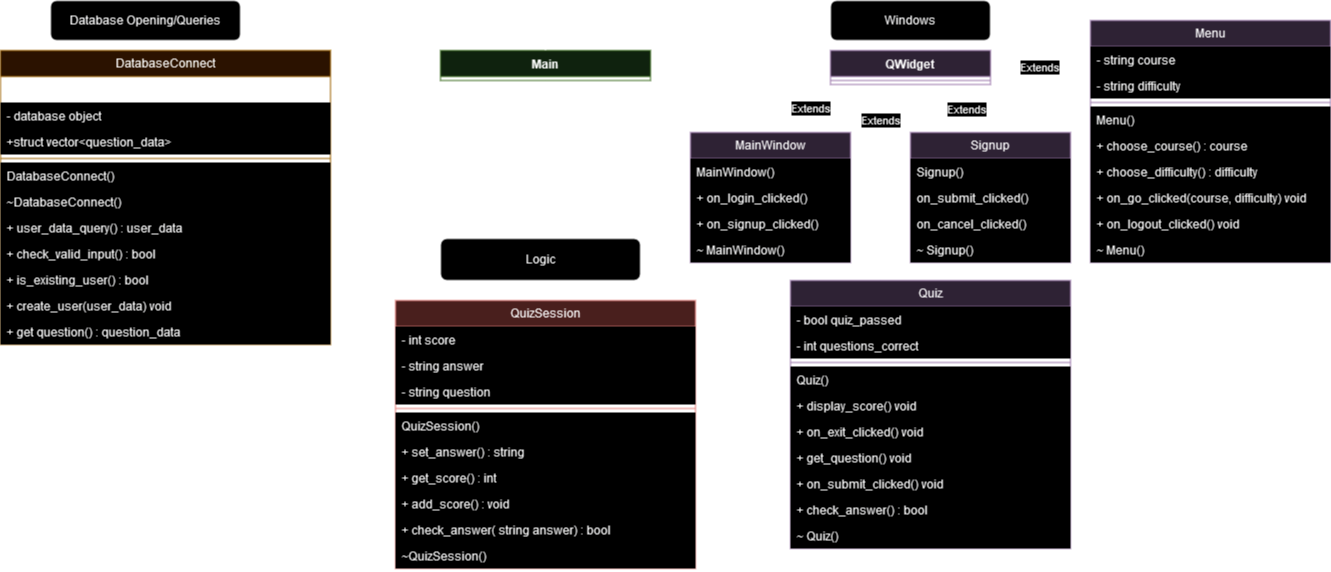
Before: classes.drawio.png, a diagram exported from draw.io (MarkHCrawford/cspall.honorsproject). Source tidied: cells renumbered, new cells last; positions are measured from the earlier drawing's top-left corner, leaving out a move shared by most shapes. Source of this version:
```xml
<mxGraphModel>
  <root>
    <mxCell id="0" />
    <mxCell id="1" parent="0" />
    <mxCell id="2" style="edgeStyle=orthogonalEdgeStyle;rounded=0;jettySize=auto;html=1;exitX=0.5;exitY=1;exitDx=0;exitDy=0;" parent="1" edge="1" source="3" target="57">
      <mxGeometry relative="1" as="geometry" />
    </mxCell>
    <mxCell id="3" value="Main" style="swimlane;fontStyle=1;align=center;verticalAlign=top;horizontal=1;startSize=26;whiteSpace=wrap;html=1;fillColor=#d5e8d4;strokeColor=#82b366;" parent="1" vertex="1">
      <mxGeometry x="440" y="50" width="210" height="30" as="geometry" />
    </mxCell>
    <mxCell id="4" style="edgeStyle=orthogonalEdgeStyle;rounded=0;jettySize=auto;html=1;exitX=0;exitY=0.5;exitDx=0;exitDy=0;entryX=0.5;entryY=0;entryDx=0;entryDy=0;" parent="1" edge="1" source="5" target="3">
      <mxGeometry relative="1" as="geometry" />
    </mxCell>
    <mxCell id="5" value="&lt;div&gt;QWidget&lt;/div&gt;&lt;div&gt;&lt;br&gt;&lt;/div&gt;" style="swimlane;fontStyle=1;align=center;verticalAlign=top;horizontal=1;startSize=26;whiteSpace=wrap;html=1;fillColor=#e1d5e7;strokeColor=#9673a6;" parent="1" vertex="1">
      <mxGeometry x="830" y="50" width="160" height="34" as="geometry" />
    </mxCell>
    <mxCell id="6" style="line;strokeWidth=1;fillColor=none;align=left;verticalAlign=middle;spacingTop=-1;spacingLeft=3;spacingRight=3;labelPosition=right;strokeColor=inherit;" parent="5" vertex="1">
      <mxGeometry y="26" width="160" height="8" as="geometry" />
    </mxCell>
    <mxCell id="7" value="Extends" style="endArrow=block;endSize=16;endFill=0;html=1;rounded=0;exitX=0.394;exitY=0.023;exitDx=0;exitDy=0;exitPerimeter=0;" parent="1" edge="1" source="15">
      <mxGeometry x="0.14" relative="1" as="geometry">
        <mxPoint x="960" y="90" as="targetPoint" />
      </mxGeometry>
    </mxCell>
    <mxCell id="8" value="Extends" style="endArrow=block;endSize=16;endFill=0;html=1;rounded=0;exitX=0;exitY=0.962;exitDx=0;exitDy=0;exitPerimeter=0;" parent="1" edge="1">
      <mxGeometry x="0.14" relative="1" as="geometry">
        <mxPoint x="1090" y="67.5" as="sourcePoint" />
        <mxPoint x="1000" y="66.5" as="targetPoint" />
      </mxGeometry>
    </mxCell>
    <mxCell id="9" value="Extends" style="endArrow=block;endSize=16;endFill=0;html=1;rounded=0;exitX=0.5;exitY=0;exitDx=0;exitDy=0;" parent="1" edge="1" source="10">
      <mxGeometry x="0.14" relative="1" as="geometry">
        <mxPoint x="840" y="90" as="targetPoint" />
      </mxGeometry>
    </mxCell>
    <mxCell id="10" value="MainWindow" style="swimlane;fontStyle=0;horizontal=1;startSize=26;fillColor=#e1d5e7;whiteSpace=wrap;html=1;strokeColor=#9673a6;" parent="1" vertex="1">
      <mxGeometry x="690" y="132" width="160" height="130" as="geometry" />
    </mxCell>
    <mxCell id="11" value="MainWindow() " style="text;strokeColor=none;fillColor=default;align=left;verticalAlign=top;spacingLeft=4;spacingRight=4;overflow=hidden;whiteSpace=wrap;html=1;" parent="10" vertex="1">
      <mxGeometry y="26" width="160" height="26" as="geometry" />
    </mxCell>
    <mxCell id="12" value="+ on_login_clicked()" style="text;strokeColor=none;fillColor=default;align=left;verticalAlign=top;spacingLeft=4;spacingRight=4;overflow=hidden;whiteSpace=wrap;html=1;" parent="10" vertex="1">
      <mxGeometry y="52" width="160" height="26" as="geometry" />
    </mxCell>
    <mxCell id="13" value="+ on_signup_clicked()" style="text;strokeColor=none;fillColor=default;align=left;verticalAlign=top;spacingLeft=4;spacingRight=4;overflow=hidden;whiteSpace=wrap;html=1;" parent="10" vertex="1">
      <mxGeometry y="78" width="160" height="26" as="geometry" />
    </mxCell>
    <mxCell id="14" value="~ MainWindow()" style="text;strokeColor=none;fillColor=default;align=left;verticalAlign=top;spacingLeft=4;spacingRight=4;overflow=hidden;whiteSpace=wrap;html=1;" parent="10" vertex="1">
      <mxGeometry y="104" width="160" height="26" as="geometry" />
    </mxCell>
    <mxCell id="15" value="Signup" style="swimlane;fontStyle=0;horizontal=1;startSize=26;fillColor=#e1d5e7;whiteSpace=wrap;html=1;strokeColor=#9673a6;" parent="1" vertex="1">
      <mxGeometry x="910" y="132" width="160" height="130" as="geometry" />
    </mxCell>
    <mxCell id="16" value="Signup()" style="text;strokeColor=none;fillColor=default;align=left;verticalAlign=top;spacingLeft=4;spacingRight=4;overflow=hidden;whiteSpace=wrap;html=1;" parent="15" vertex="1">
      <mxGeometry y="26" width="160" height="26" as="geometry" />
    </mxCell>
    <mxCell id="17" value="on_submit_clicked()" style="text;strokeColor=none;fillColor=default;align=left;verticalAlign=top;spacingLeft=4;spacingRight=4;overflow=hidden;whiteSpace=wrap;html=1;" parent="15" vertex="1">
      <mxGeometry y="52" width="160" height="26" as="geometry" />
    </mxCell>
    <mxCell id="18" value="on_cancel_clicked()" style="text;strokeColor=none;fillColor=default;align=left;verticalAlign=top;spacingLeft=4;spacingRight=4;overflow=hidden;whiteSpace=wrap;html=1;" parent="15" vertex="1">
      <mxGeometry y="78" width="160" height="26" as="geometry" />
    </mxCell>
    <mxCell id="19" value="~ Signup()" style="text;strokeColor=none;fillColor=default;align=left;verticalAlign=top;spacingLeft=4;spacingRight=4;overflow=hidden;whiteSpace=wrap;html=1;" parent="15" vertex="1">
      <mxGeometry y="104" width="160" height="26" as="geometry" />
    </mxCell>
    <mxCell id="20" value="Menu" style="swimlane;fontStyle=0;horizontal=1;startSize=26;fillColor=#e1d5e7;whiteSpace=wrap;html=1;strokeColor=#9673a6;" parent="1" vertex="1">
      <mxGeometry x="1090" y="20" width="240" height="242" as="geometry" />
    </mxCell>
    <mxCell id="21" value="- string course" style="text;strokeColor=none;fillColor=default;align=left;verticalAlign=top;spacingLeft=4;spacingRight=4;overflow=hidden;whiteSpace=wrap;html=1;" parent="20" vertex="1">
      <mxGeometry y="26" width="240" height="26" as="geometry" />
    </mxCell>
    <mxCell id="22" value="- string difficulty" style="text;strokeColor=none;fillColor=default;align=left;verticalAlign=top;spacingLeft=4;spacingRight=4;overflow=hidden;whiteSpace=wrap;html=1;" parent="20" vertex="1">
      <mxGeometry y="52" width="240" height="26" as="geometry" />
    </mxCell>
    <mxCell id="23" style="line;strokeWidth=1;fillColor=none;align=left;verticalAlign=middle;spacingTop=-1;spacingLeft=3;spacingRight=3;labelPosition=right;strokeColor=inherit;" parent="20" vertex="1">
      <mxGeometry y="78" width="240" height="8" as="geometry" />
    </mxCell>
    <mxCell id="24" value="Menu()" style="text;strokeColor=none;fillColor=default;align=left;verticalAlign=top;spacingLeft=4;spacingRight=4;overflow=hidden;whiteSpace=wrap;html=1;" parent="20" vertex="1">
      <mxGeometry y="86" width="240" height="26" as="geometry" />
    </mxCell>
    <mxCell id="25" value="+ choose_course() : course" style="text;strokeColor=none;fillColor=default;align=left;verticalAlign=top;spacingLeft=4;spacingRight=4;overflow=hidden;whiteSpace=wrap;html=1;" parent="20" vertex="1">
      <mxGeometry y="112" width="240" height="26" as="geometry" />
    </mxCell>
    <mxCell id="26" value="+ choose_difficulty() : difficulty" style="text;strokeColor=none;fillColor=default;align=left;verticalAlign=top;spacingLeft=4;spacingRight=4;overflow=hidden;whiteSpace=wrap;html=1;" parent="20" vertex="1">
      <mxGeometry y="138" width="240" height="26" as="geometry" />
    </mxCell>
    <mxCell id="27" value="+ on_go_clicked(course, difficulty) void" style="text;strokeColor=none;fillColor=default;align=left;verticalAlign=top;spacingLeft=4;spacingRight=4;overflow=hidden;whiteSpace=wrap;html=1;" parent="20" vertex="1">
      <mxGeometry y="164" width="240" height="26" as="geometry" />
    </mxCell>
    <mxCell id="28" value="+ on_logout_clicked() void" style="text;strokeColor=none;fillColor=default;align=left;verticalAlign=top;spacingLeft=4;spacingRight=4;overflow=hidden;whiteSpace=wrap;html=1;" parent="20" vertex="1">
      <mxGeometry y="190" width="240" height="26" as="geometry" />
    </mxCell>
    <mxCell id="29" value="~ Menu()" style="text;strokeColor=none;fillColor=default;align=left;verticalAlign=top;spacingLeft=4;spacingRight=4;overflow=hidden;whiteSpace=wrap;html=1;" parent="20" vertex="1">
      <mxGeometry y="216" width="240" height="26" as="geometry" />
    </mxCell>
    <mxCell id="30" value="Extends" style="endArrow=block;endSize=16;endFill=0;html=1;rounded=0;" parent="1" edge="1">
      <mxGeometry x="0.68" relative="1" as="geometry">
        <mxPoint x="880.4" y="280" as="sourcePoint" />
        <mxPoint x="880" y="90" as="targetPoint" />
      </mxGeometry>
    </mxCell>
    <mxCell id="31" value="Windows" style="rounded=1;whiteSpace=wrap;html=1;" parent="1" vertex="1">
      <mxGeometry x="830" width="160" height="40" as="geometry" />
    </mxCell>
    <mxCell id="32" value="Quiz" style="swimlane;fontStyle=0;horizontal=1;startSize=26;fillColor=#e1d5e7;whiteSpace=wrap;html=1;strokeColor=#9673a6;" parent="1" vertex="1">
      <mxGeometry x="790" y="280" width="280" height="268" as="geometry" />
    </mxCell>
    <mxCell id="33" value="- bool quiz_passed" style="text;strokeColor=none;fillColor=default;align=left;verticalAlign=top;spacingLeft=4;spacingRight=4;overflow=hidden;whiteSpace=wrap;html=1;" parent="32" vertex="1">
      <mxGeometry y="26" width="280" height="26" as="geometry" />
    </mxCell>
    <mxCell id="34" value="- int questions_correct" style="text;strokeColor=none;fillColor=default;align=left;verticalAlign=top;spacingLeft=4;spacingRight=4;overflow=hidden;whiteSpace=wrap;html=1;" parent="32" vertex="1">
      <mxGeometry y="52" width="280" height="26" as="geometry" />
    </mxCell>
    <mxCell id="35" style="line;strokeWidth=1;fillColor=none;align=left;verticalAlign=middle;spacingTop=-1;spacingLeft=3;spacingRight=3;labelPosition=right;strokeColor=inherit;" parent="32" vertex="1">
      <mxGeometry y="78" width="280" height="8" as="geometry" />
    </mxCell>
    <mxCell id="36" value="Quiz()" style="text;strokeColor=none;fillColor=default;align=left;verticalAlign=top;spacingLeft=4;spacingRight=4;overflow=hidden;whiteSpace=wrap;html=1;" parent="32" vertex="1">
      <mxGeometry y="86" width="280" height="26" as="geometry" />
    </mxCell>
    <mxCell id="37" value="+ display_score() void" style="text;strokeColor=none;fillColor=default;align=left;verticalAlign=top;spacingLeft=4;spacingRight=4;overflow=hidden;whiteSpace=wrap;html=1;" parent="32" vertex="1">
      <mxGeometry y="112" width="280" height="26" as="geometry" />
    </mxCell>
    <mxCell id="38" value="+ on_exit_clicked() void" style="text;strokeColor=none;fillColor=default;align=left;verticalAlign=top;spacingLeft=4;spacingRight=4;overflow=hidden;whiteSpace=wrap;html=1;" parent="32" vertex="1">
      <mxGeometry y="138" width="280" height="26" as="geometry" />
    </mxCell>
    <mxCell id="39" value="+ get_question() void" style="text;strokeColor=none;fillColor=default;align=left;verticalAlign=top;spacingLeft=4;spacingRight=4;overflow=hidden;whiteSpace=wrap;html=1;" parent="32" vertex="1">
      <mxGeometry y="164" width="280" height="26" as="geometry" />
    </mxCell>
    <mxCell id="40" value="+ on_submit_clicked() void" style="text;strokeColor=none;fillColor=default;align=left;verticalAlign=top;spacingLeft=4;spacingRight=4;overflow=hidden;whiteSpace=wrap;html=1;" parent="32" vertex="1">
      <mxGeometry y="190" width="280" height="26" as="geometry" />
    </mxCell>
    <mxCell id="41" value="+ check_answer() : bool" style="text;strokeColor=none;fillColor=default;align=left;verticalAlign=top;spacingLeft=4;spacingRight=4;overflow=hidden;whiteSpace=wrap;html=1;" parent="32" vertex="1">
      <mxGeometry y="216" width="280" height="26" as="geometry" />
    </mxCell>
    <mxCell id="42" value="~ Quiz()" style="text;strokeColor=none;fillColor=default;align=left;verticalAlign=top;spacingLeft=4;spacingRight=4;overflow=hidden;whiteSpace=wrap;html=1;" parent="32" vertex="1">
      <mxGeometry y="242" width="280" height="26" as="geometry" />
    </mxCell>
    <mxCell id="43" style="edgeStyle=orthogonalEdgeStyle;rounded=0;jettySize=auto;html=1;exitX=1;exitY=0;exitDx=0;exitDy=0;entryX=0.5;entryY=0;entryDx=0;entryDy=0;" parent="1" edge="1" source="44" target="3">
      <mxGeometry relative="1" as="geometry" />
    </mxCell>
    <mxCell id="44" value="DatabaseConnect" style="swimlane;fontStyle=0;horizontal=1;startSize=26;fillColor=#ffe6cc;whiteSpace=wrap;html=1;strokeColor=#d79b00;" parent="1" vertex="1">
      <mxGeometry y="50" width="330" height="294" as="geometry" />
    </mxCell>
    <mxCell id="45" value="+ struct user_data" style="text;strokeColor=none;fillColor=none;align=left;verticalAlign=top;spacingLeft=4;spacingRight=4;overflow=hidden;whiteSpace=wrap;html=1;" parent="44" vertex="1">
      <mxGeometry y="26" width="330" height="26" as="geometry" />
    </mxCell>
    <mxCell id="46" value="- database object" style="text;strokeColor=none;fillColor=default;align=left;verticalAlign=top;spacingLeft=4;spacingRight=4;overflow=hidden;whiteSpace=wrap;html=1;" parent="44" vertex="1">
      <mxGeometry y="52" width="330" height="26" as="geometry" />
    </mxCell>
    <mxCell id="47" value="+struct vector&amp;lt;question_data&amp;gt;" style="text;strokeColor=none;fillColor=default;align=left;verticalAlign=top;spacingLeft=4;spacingRight=4;overflow=hidden;whiteSpace=wrap;html=1;" parent="44" vertex="1">
      <mxGeometry y="78" width="330" height="26" as="geometry" />
    </mxCell>
    <mxCell id="48" style="line;strokeWidth=1;fillColor=default;align=left;verticalAlign=middle;spacingTop=-1;spacingLeft=3;spacingRight=3;labelPosition=right;strokeColor=inherit;" parent="44" vertex="1">
      <mxGeometry y="104" width="330" height="8" as="geometry" />
    </mxCell>
    <mxCell id="49" value="DatabaseConnect()" style="text;strokeColor=none;fillColor=default;align=left;verticalAlign=top;spacingLeft=4;spacingRight=4;overflow=hidden;whiteSpace=wrap;html=1;" parent="44" vertex="1">
      <mxGeometry y="112" width="330" height="26" as="geometry" />
    </mxCell>
    <mxCell id="50" value="~DatabaseConnect()" style="text;strokeColor=none;fillColor=default;align=left;verticalAlign=top;spacingLeft=4;spacingRight=4;overflow=hidden;whiteSpace=wrap;html=1;" parent="44" vertex="1">
      <mxGeometry y="138" width="330" height="26" as="geometry" />
    </mxCell>
    <mxCell id="51" value="+ user_data_query() : user_data" style="text;strokeColor=none;fillColor=default;align=left;verticalAlign=top;spacingLeft=4;spacingRight=4;overflow=hidden;whiteSpace=wrap;html=1;" parent="44" vertex="1">
      <mxGeometry y="164" width="330" height="26" as="geometry" />
    </mxCell>
    <mxCell id="52" value="+ check_valid_input() : bool" style="text;strokeColor=none;fillColor=default;align=left;verticalAlign=top;spacingLeft=4;spacingRight=4;overflow=hidden;whiteSpace=wrap;html=1;" parent="44" vertex="1">
      <mxGeometry y="190" width="330" height="26" as="geometry" />
    </mxCell>
    <mxCell id="53" value="+ is_existing_user() : bool" style="text;strokeColor=none;fillColor=default;align=left;verticalAlign=top;spacingLeft=4;spacingRight=4;overflow=hidden;whiteSpace=wrap;html=1;" parent="44" vertex="1">
      <mxGeometry y="216" width="330" height="26" as="geometry" />
    </mxCell>
    <mxCell id="54" value="+ create_user(user_data) void" style="text;strokeColor=none;fillColor=default;align=left;verticalAlign=top;spacingLeft=4;spacingRight=4;overflow=hidden;whiteSpace=wrap;html=1;" parent="44" vertex="1">
      <mxGeometry y="242" width="330" height="26" as="geometry" />
    </mxCell>
    <mxCell id="55" value="+ get question() : question_data" style="text;strokeColor=none;fillColor=default;align=left;verticalAlign=top;spacingLeft=4;spacingRight=4;overflow=hidden;whiteSpace=wrap;html=1;" parent="44" vertex="1">
      <mxGeometry y="268" width="330" height="26" as="geometry" />
    </mxCell>
    <mxCell id="56" value="Database Opening/Queries" style="rounded=1;whiteSpace=wrap;html=1;" parent="1" vertex="1">
      <mxGeometry x="50" width="190" height="40" as="geometry" />
    </mxCell>
    <mxCell id="57" value="QuizSession" style="swimlane;fontStyle=0;horizontal=1;startSize=26;fillColor=#f8cecc;whiteSpace=wrap;html=1;strokeColor=#b85450;" parent="1" vertex="1">
      <mxGeometry x="395" y="300" width="300" height="268" as="geometry" />
    </mxCell>
    <mxCell id="58" value="- int score" style="text;strokeColor=none;fillColor=default;align=left;verticalAlign=top;spacingLeft=4;spacingRight=4;overflow=hidden;whiteSpace=wrap;html=1;" parent="57" vertex="1">
      <mxGeometry y="26" width="300" height="26" as="geometry" />
    </mxCell>
    <mxCell id="59" value="- string answer" style="text;strokeColor=none;fillColor=default;align=left;verticalAlign=top;spacingLeft=4;spacingRight=4;overflow=hidden;whiteSpace=wrap;html=1;" parent="57" vertex="1">
      <mxGeometry y="52" width="300" height="26" as="geometry" />
    </mxCell>
    <mxCell id="60" value="- string question" style="text;strokeColor=none;fillColor=default;align=left;verticalAlign=top;spacingLeft=4;spacingRight=4;overflow=hidden;whiteSpace=wrap;html=1;" parent="57" vertex="1">
      <mxGeometry y="78" width="300" height="26" as="geometry" />
    </mxCell>
    <mxCell id="61" style="line;strokeWidth=1;fillColor=default;align=left;verticalAlign=middle;spacingTop=-1;spacingLeft=3;spacingRight=3;labelPosition=right;strokeColor=inherit;" parent="57" vertex="1">
      <mxGeometry y="104" width="300" height="8" as="geometry" />
    </mxCell>
    <mxCell id="62" value="QuizSession()" style="text;strokeColor=none;fillColor=default;align=left;verticalAlign=top;spacingLeft=4;spacingRight=4;overflow=hidden;whiteSpace=wrap;html=1;" parent="57" vertex="1">
      <mxGeometry y="112" width="300" height="26" as="geometry" />
    </mxCell>
    <mxCell id="63" value="+ set_answer() : string" style="text;strokeColor=none;fillColor=default;align=left;verticalAlign=top;spacingLeft=4;spacingRight=4;overflow=hidden;whiteSpace=wrap;html=1;" parent="57" vertex="1">
      <mxGeometry y="138" width="300" height="26" as="geometry" />
    </mxCell>
    <mxCell id="64" value="+ get_score() : int" style="text;strokeColor=none;fillColor=default;align=left;verticalAlign=top;spacingLeft=4;spacingRight=4;overflow=hidden;whiteSpace=wrap;html=1;" parent="57" vertex="1">
      <mxGeometry y="164" width="300" height="26" as="geometry" />
    </mxCell>
    <mxCell id="65" value="+ add_score() : void" style="text;strokeColor=none;fillColor=default;align=left;verticalAlign=top;spacingLeft=4;spacingRight=4;overflow=hidden;whiteSpace=wrap;html=1;" parent="57" vertex="1">
      <mxGeometry y="190" width="300" height="26" as="geometry" />
    </mxCell>
    <mxCell id="66" value="+ check_answer( string answer) : bool" style="text;strokeColor=none;fillColor=default;align=left;verticalAlign=top;spacingLeft=4;spacingRight=4;overflow=hidden;whiteSpace=wrap;html=1;" parent="57" vertex="1">
      <mxGeometry y="216" width="300" height="26" as="geometry" />
    </mxCell>
    <mxCell id="67" value="~QuizSession()" style="text;strokeColor=none;fillColor=default;align=left;verticalAlign=top;spacingLeft=4;spacingRight=4;overflow=hidden;whiteSpace=wrap;html=1;" parent="57" vertex="1">
      <mxGeometry y="242" width="300" height="26" as="geometry" />
    </mxCell>
    <mxCell id="68" value="Logic" style="rounded=1;whiteSpace=wrap;html=1;" parent="1" vertex="1">
      <mxGeometry x="440" y="238" width="200" height="42" as="geometry" />
    </mxCell>
  </root>
</mxGraphModel>
```
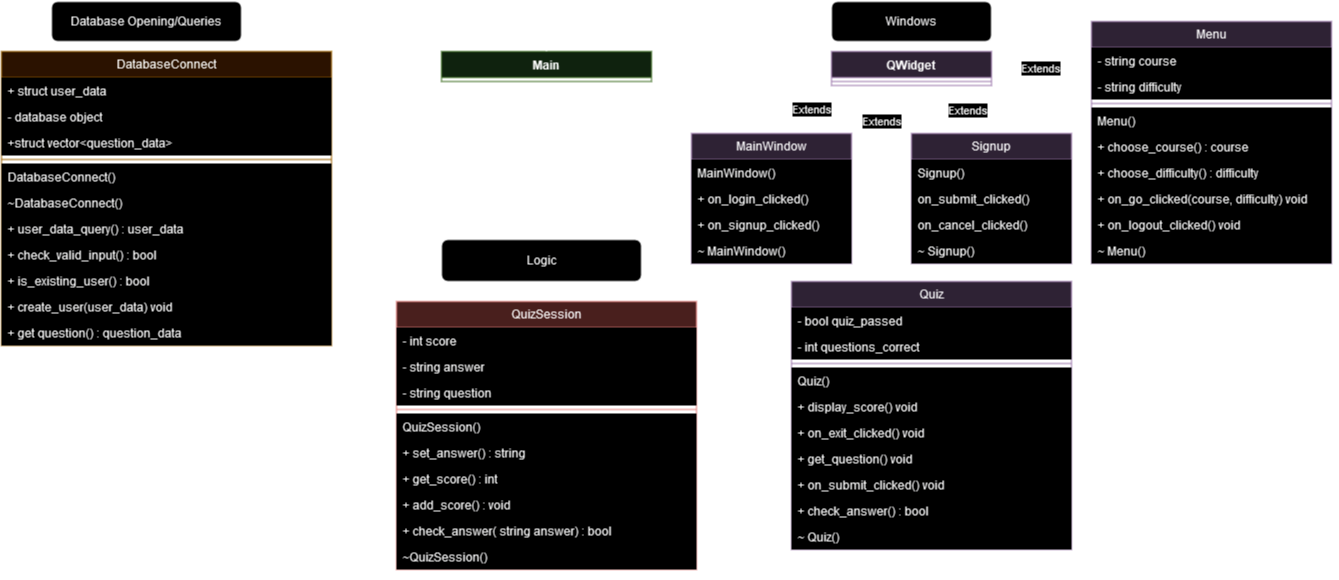
Above is the later version.

Change to the diagram source:
```diff
@@ -141,7 +141,7 @@
     <mxCell id="44" value="DatabaseConnect" style="swimlane;fontStyle=0;horizontal=1;startSize=26;fillColor=#ffe6cc;whiteSpace=wrap;html=1;strokeColor=#d79b00;" parent="1" vertex="1">
       <mxGeometry y="50" width="330" height="294" as="geometry" />
     </mxCell>
-    <mxCell id="45" value="+ struct user_data" style="text;strokeColor=none;fillColor=none;align=left;verticalAlign=top;spacingLeft=4;spacingRight=4;overflow=hidden;whiteSpace=wrap;html=1;" parent="44" vertex="1">
+    <mxCell id="45" value="+ struct user_data" style="text;strokeColor=none;fillColor=default;align=left;verticalAlign=top;spacingLeft=4;spacingRight=4;overflow=hidden;whiteSpace=wrap;html=1;" parent="44" vertex="1">
       <mxGeometry y="26" width="330" height="26" as="geometry" />
     </mxCell>
     <mxCell id="46" value="- database object" style="text;strokeColor=none;fillColor=default;align=left;verticalAlign=top;spacingLeft=4;spacingRight=4;overflow=hidden;whiteSpace=wrap;html=1;" parent="44" vertex="1">
```
